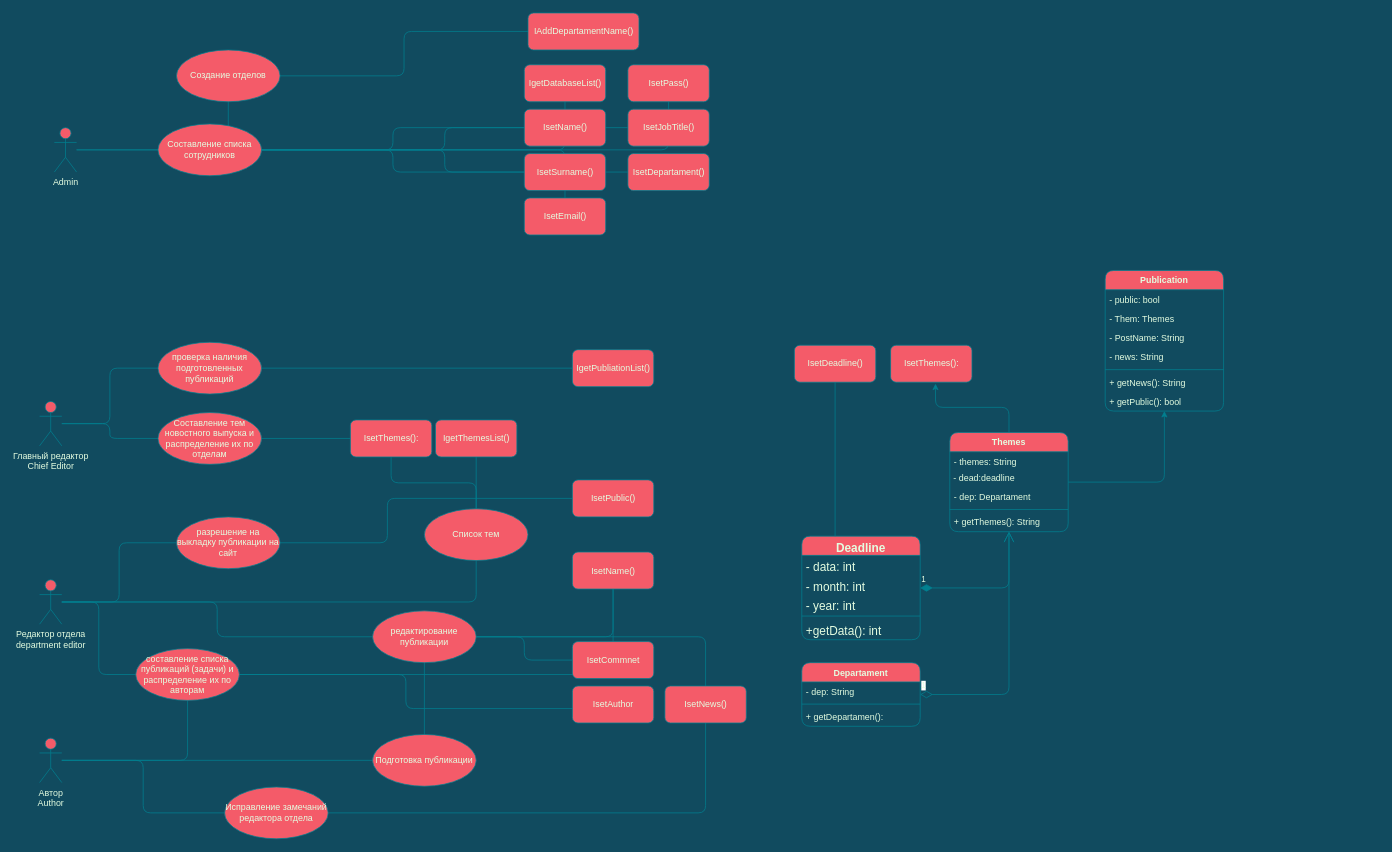
Above: page "Page-1" (1 of 2) of Kursovaya_UML.drawio in mesor21/cursovaya-web-site (draw.io), before the change. Source tidied: cells renumbered, new cells numbered last; positions are measured from the earlier drawing's top-left corner, leaving out a move shared by most shapes. Both pictures are drawn from the tidied source at 74%, with x=0, y=0 at pixel (39, 13).
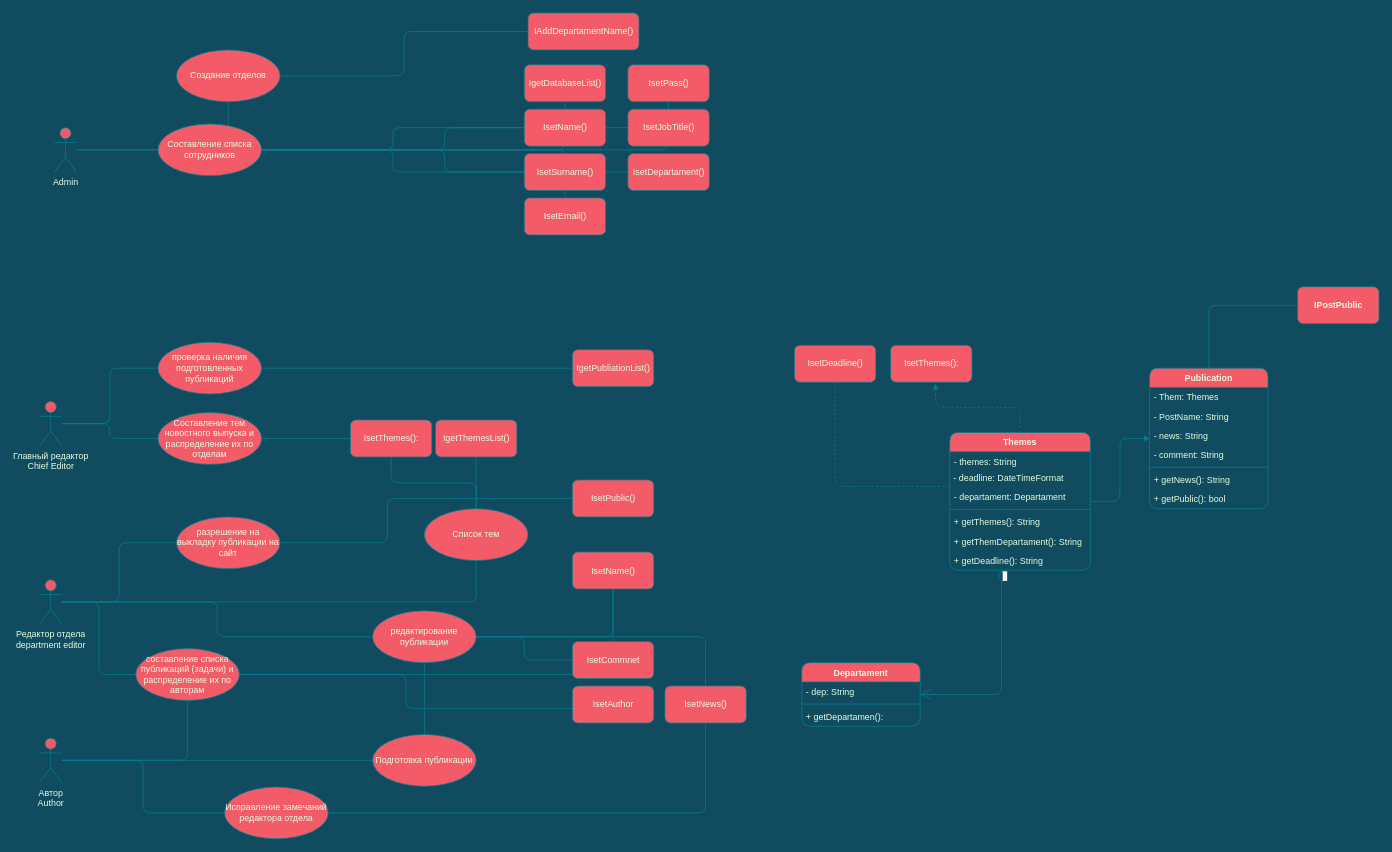
The same diagram, later.

The change refers to these unchanged cells:
```xml
<mxCell id="18" value="IsetThemes():" style="html=1;strokeColor=#028090;fontColor=#E4FDE1;fillColor=#F45B69;rounded=1;" parent="1" vertex="1">
  <mxGeometry x="1150" y="449" width="110" height="50" as="geometry" />
</mxCell>
<mxCell id="29" value="IsetDeadline()" style="html=1;fillColor=#F45B69;strokeColor=#028090;fontColor=#E4FDE1;rounded=1;" parent="1" vertex="1">
  <mxGeometry x="1020" y="449" width="110" height="50" as="geometry" />
</mxCell>
<mxCell id="77" value="Departament" style="swimlane;fontStyle=1;align=center;verticalAlign=top;horizontal=1;startSize=26;strokeColor=#028090;fontColor=#E4FDE1;fillColor=#F45B69;rounded=1;" parent="1" vertex="1">
  <mxGeometry x="1030" y="878" width="160" height="86" as="geometry" />
</mxCell>
```

What changed in the source:
```diff
@@
-    <mxCell id="3" style="edgeStyle=orthogonalEdgeStyle;rounded=1;jettySize=auto;html=1;entryX=0.552;entryY=1.041;entryDx=0;entryDy=0;entryPerimeter=0;strokeColor=#028090;fontColor=#E4FDE1;fillColor=#F45B69;labelBackgroundColor=#114B5F;" parent="1" edge="1" source="4" target="18">
+    <mxCell id="3" style="edgeStyle=orthogonalEdgeStyle;rounded=1;jettySize=auto;html=1;entryX=0.552;entryY=1.041;entryDx=0;entryDy=0;entryPerimeter=0;strokeColor=#028090;fontColor=#E4FDE1;fillColor=#F45B69;labelBackgroundColor=#114B5F;dashed=1;" parent="1" edge="1" source="4" target="18">
       <mxGeometry relative="1" as="geometry" />
     </mxCell>
     <mxCell id="4" value="Themes" style="swimlane;fontStyle=1;align=center;verticalAlign=top;horizontal=1;startSize=26;strokeColor=#028090;fontColor=#E4FDE1;fillColor=#F45B69;rounded=1;" parent="1" vertex="1">
-      <mxGeometry x="1230" y="567" width="160" height="134" as="geometry" />
+      <mxGeometry x="1230" y="567" width="190" height="186" as="geometry" />
     </mxCell>
     <mxCell id="5" value="- themes: String" style="text;strokeColor=none;fillColor=none;align=left;verticalAlign=top;spacingLeft=4;spacingRight=4;overflow=hidden;fontColor=#E4FDE1;rounded=1;" parent="4" vertex="1">
-      <mxGeometry y="26" width="160" height="22" as="geometry" />
+      <mxGeometry y="26" width="190" height="22" as="geometry" />
     </mxCell>
-    <mxCell id="6" value="&amp;nbsp;- dead:deadline" style="text;whiteSpace=wrap;html=1;fontColor=#E4FDE1;rounded=1;" parent="4" vertex="1">
-      <mxGeometry y="48" width="160" height="26" as="geometry" />
+    <mxCell id="6" value="&amp;nbsp;- deadline: DateTimeFormat" style="text;whiteSpace=wrap;html=1;fontColor=#E4FDE1;rounded=1;" parent="4" vertex="1">
+      <mxGeometry y="48" width="190" height="26" as="geometry" />
     </mxCell>
-    <mxCell id="7" value="- dep: Departament " style="text;strokeColor=none;fillColor=none;align=left;verticalAlign=top;spacingLeft=4;spacingRight=4;overflow=hidden;fontColor=#E4FDE1;rounded=1;" parent="4" vertex="1">
-      <mxGeometry y="74" width="160" height="26" as="geometry" />
+    <mxCell id="7" value="- departament: Departament " style="text;strokeColor=none;fillColor=none;align=left;verticalAlign=top;spacingLeft=4;spacingRight=4;overflow=hidden;fontColor=#E4FDE1;rounded=1;" parent="4" vertex="1">
+      <mxGeometry y="74" width="190" height="26" as="geometry" />
     </mxCell>
     <mxCell id="8" style="line;strokeWidth=1;fillColor=none;align=left;verticalAlign=middle;spacingTop=-1;spacingLeft=3;spacingRight=3;labelPosition=right;strokeColor=#028090;fontColor=#E4FDE1;rounded=1;labelBackgroundColor=#114B5F;" parent="4" vertex="1">
-      <mxGeometry y="100" width="160" height="8" as="geometry" />
+      <mxGeometry y="100" width="190" height="8" as="geometry" />
     </mxCell>
     <mxCell id="9" value="+ getThemes(): String" style="text;strokeColor=none;fillColor=none;align=left;verticalAlign=top;spacingLeft=4;spacingRight=4;overflow=hidden;fontColor=#E4FDE1;rounded=1;" parent="4" vertex="1">
-      <mxGeometry y="108" width="160" height="26" as="geometry" />
+      <mxGeometry y="108" width="190" height="26" as="geometry" />
     </mxCell>
+    <mxCell id="94" value="+ getThemDepartament(): String" style="text;strokeColor=none;fillColor=none;align=left;verticalAlign=top;spacingLeft=4;spacingRight=4;overflow=hidden;fontColor=#E4FDE1;rounded=1;" parent="4" vertex="1">
+      <mxGeometry y="134" width="190" height="26" as="geometry" />
+    </mxCell>
+    <mxCell id="95" value="+ getDeadline(): String" style="text;strokeColor=none;fillColor=none;align=left;verticalAlign=top;spacingLeft=4;spacingRight=4;overflow=hidden;fontColor=#E4FDE1;rounded=1;" parent="4" vertex="1">
+      <mxGeometry y="160" width="190" height="26" as="geometry" />
+    </mxCell>
     <mxCell id="10" value="Publication" style="swimlane;fontStyle=1;align=center;verticalAlign=top;horizontal=1;startSize=26;strokeColor=#028090;fontColor=#E4FDE1;fillColor=#F45B69;rounded=1;" parent="1" vertex="1">
-      <mxGeometry x="1440" y="348" width="160" height="190" as="geometry" />
+      <mxGeometry x="1500" y="480" width="160" height="190" as="geometry" />
     </mxCell>
-    <mxCell id="11" value="- public: bool " style="text;strokeColor=none;fillColor=none;align=left;verticalAlign=top;spacingLeft=4;spacingRight=4;overflow=hidden;fontColor=#E4FDE1;rounded=1;" parent="10" vertex="1">
-      <mxGeometry y="26" width="160" height="26" as="geometry" />
-    </mxCell>
     <mxCell id="12" value="- Them: Themes " style="text;strokeColor=none;fillColor=none;align=left;verticalAlign=top;spacingLeft=4;spacingRight=4;overflow=hidden;fontColor=#E4FDE1;rounded=1;" parent="10" vertex="1">
-      <mxGeometry y="52" width="160" height="26" as="geometry" />
+      <mxGeometry y="26" width="160" height="26" as="geometry" />
     </mxCell>
     <mxCell id="13" value="- PostName: String " style="text;strokeColor=none;fillColor=none;align=left;verticalAlign=top;spacingLeft=4;spacingRight=4;overflow=hidden;fontColor=#E4FDE1;rounded=1;" parent="10" vertex="1">
-      <mxGeometry y="78" width="160" height="26" as="geometry" />
+      <mxGeometry y="52" width="160" height="26" as="geometry" />
     </mxCell>
     <mxCell id="14" value="- news: String " style="text;strokeColor=none;fillColor=none;align=left;verticalAlign=top;spacingLeft=4;spacingRight=4;overflow=hidden;fontColor=#E4FDE1;rounded=1;" parent="10" vertex="1">
-      <mxGeometry y="104" width="160" height="26" as="geometry" />
+      <mxGeometry y="78" width="160" height="26" as="geometry" />
     </mxCell>
+    <mxCell id="96" value="- comment: String " style="text;strokeColor=none;fillColor=none;align=left;verticalAlign=top;spacingLeft=4;spacingRight=4;overflow=hidden;fontColor=#E4FDE1;rounded=1;" parent="10" vertex="1">
+      <mxGeometry y="104" width="160" height="26" as="geometry" />
+    </mxCell>
@@
-    <mxCell id="22" value="Deadline" style="swimlane;fontStyle=1;align=center;verticalAlign=top;horizontal=1;startSize=26;rounded=1;fontSize=16;fillColor=#F45B69;strokeColor=#028090;fontColor=#E4FDE1;" parent="1" vertex="1">
-      <mxGeometry x="1030" y="707" width="160" height="140" as="geometry" />
-    </mxCell>
-    <mxCell id="23" value="- data: int" style="text;strokeColor=none;fillColor=none;align=left;verticalAlign=top;spacingLeft=4;spacingRight=4;overflow=hidden;rounded=1;fontSize=16;fontColor=#E4FDE1;" parent="22" vertex="1">
-      <mxGeometry y="26" width="160" height="26" as="geometry" />
-    </mxCell>
-    <mxCell id="24" value="- month: int" style="text;strokeColor=none;fillColor=none;align=left;verticalAlign=top;spacingLeft=4;spacingRight=4;overflow=hidden;rounded=1;fontSize=16;fontColor=#E4FDE1;" parent="22" vertex="1">
-      <mxGeometry y="52" width="160" height="26" as="geometry" />
-    </mxCell>
-    <mxCell id="25" value="- year: int" style="text;strokeColor=none;fillColor=none;align=left;verticalAlign=top;spacingLeft=4;spacingRight=4;overflow=hidden;rounded=1;fontSize=16;fontColor=#E4FDE1;" parent="22" vertex="1">
-      <mxGeometry y="78" width="160" height="26" as="geometry" />
-    </mxCell>
-    <mxCell id="26" style="line;strokeWidth=1;fillColor=none;align=left;verticalAlign=middle;spacingTop=-1;spacingLeft=3;spacingRight=3;labelPosition=right;strokeColor=#028090;rounded=1;fontSize=16;labelBackgroundColor=#114B5F;fontColor=#E4FDE1;" parent="22" vertex="1">
-      <mxGeometry y="104" width="160" height="8" as="geometry" />
-    </mxCell>
-    <mxCell id="27" value="+getData(): int" style="text;strokeColor=none;fillColor=none;align=left;verticalAlign=top;spacingLeft=4;spacingRight=4;overflow=hidden;rounded=1;fontSize=16;fontColor=#E4FDE1;" parent="22" vertex="1">
-      <mxGeometry y="112" width="160" height="28" as="geometry" />
-    </mxCell>
-    <mxCell id="28" style="edgeStyle=orthogonalEdgeStyle;rounded=1;jettySize=auto;html=1;strokeColor=#028090;fontColor=#E4FDE1;startArrow=none;startFill=0;endArrow=none;endFill=0;fillColor=#F45B69;labelBackgroundColor=#114B5F;" parent="1" edge="1" source="29" target="22">
-      <mxGeometry relative="1" as="geometry">
-        <Array as="points">
-          <mxPoint x="1060" y="817" />
-        </Array>
-      </mxGeometry>
-    </mxCell>
+    <mxCell id="97" style="edgeStyle=orthogonalEdgeStyle;rounded=1;jettySize=auto;html=1;strokeColor=#028090;fontColor=#E4FDE1;endArrow=none;endFill=0;fillColor=#F45B69;dashed=1;" parent="1" edge="1" source="29" target="4">
+      <mxGeometry relative="1" as="geometry">
+        <Array as="points">
+          <mxPoint x="1075" y="640" />
+        </Array>
+      </mxGeometry>
+    </mxCell>
@@
-    <mxCell id="76" value="1" style="endArrow=open;html=1;endSize=12;startArrow=diamondThin;startSize=14;startFill=1;edgeStyle=orthogonalEdgeStyle;align=left;verticalAlign=bottom;rounded=1;strokeColor=#028090;fontColor=#E4FDE1;fillColor=#F45B69;labelBackgroundColor=#114B5F;" parent="1" edge="1" source="22" target="4">
-      <mxGeometry x="-1" y="3" relative="1" as="geometry" />
-    </mxCell>
@@
-    <mxCell id="84" value="1" style="endArrow=open;html=1;endSize=12;startArrow=diamondThin;startSize=14;startFill=0;edgeStyle=orthogonalEdgeStyle;align=left;verticalAlign=bottom;rounded=1;strokeColor=#028090;fontColor=#E4FDE1;fillColor=#F45B69;" parent="1" edge="1" source="77" target="4">
-      <mxGeometry x="-1" y="3" relative="1" as="geometry" />
+    <mxCell id="84" value="1" style="endArrow=open;html=1;endSize=12;startArrow=diamondThin;startSize=14;startFill=0;edgeStyle=orthogonalEdgeStyle;align=left;verticalAlign=bottom;rounded=1;strokeColor=#028090;fontColor=#E4FDE1;fillColor=#F45B69;" parent="1" edge="1" source="4" target="77">
+      <mxGeometry x="-0.88" relative="1" as="geometry">
+        <Array as="points">
+          <mxPoint x="1300" y="921" />
+        </Array>
+      </mxGeometry>
     </mxCell>
@@
+    <mxCell id="98" style="edgeStyle=orthogonalEdgeStyle;rounded=1;jettySize=auto;html=1;strokeColor=#028090;fontColor=#E4FDE1;endArrow=none;endFill=0;fillColor=#F45B69;" parent="1" edge="1" source="99" target="10">
+      <mxGeometry relative="1" as="geometry" />
+    </mxCell>
+    <mxCell id="99" value="&lt;b&gt;IPostPublic&lt;br&gt;&lt;/b&gt;" style="html=1;rounded=1;strokeColor=#028090;fontColor=#E4FDE1;fillColor=#F45B69;" parent="1" vertex="1">
+      <mxGeometry x="1700" y="370" width="110" height="50" as="geometry" />
+    </mxCell>
```
